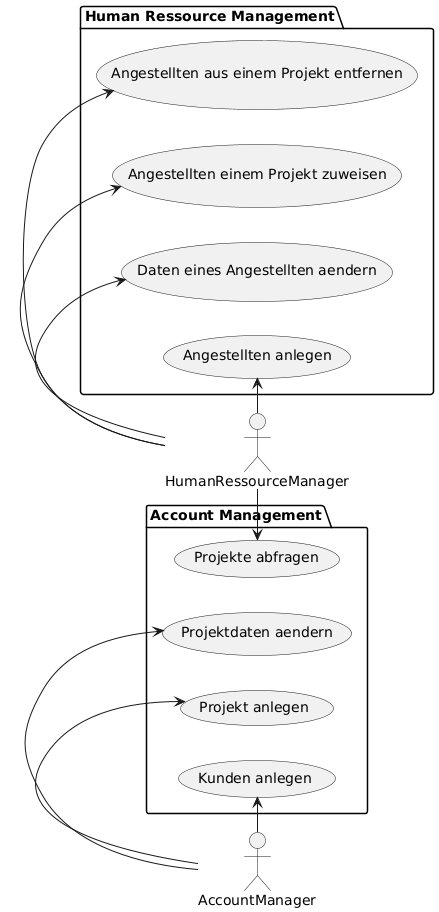
Philipp-Co/conciso-kickstarter-python keeps this PlantUML diagram as doc/img/usecase_anwendung.png. Above is the earlier version.
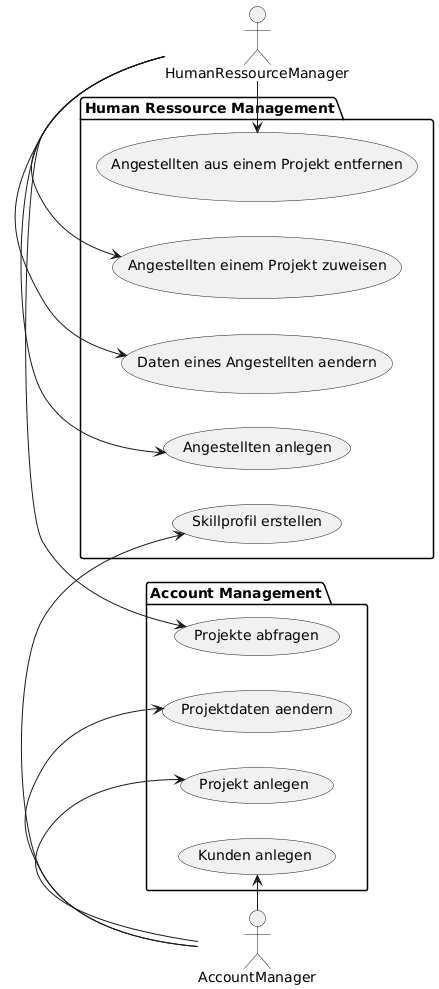
The same diagram one commit later.

Commit message:
5-auslagern-der-fachlogik: Sequenzdiagramm fuer das Anwerben.

Diff of the diagram source:
```diff
@@ -16,11 +16,13 @@
     usecase "Daten eines Angestellten aendern" as UC21
     usecase "Angestellten einem Projekt zuweisen" as UC22
     usecase "Angestellten aus einem Projekt entfernen" as UC23
+    usecase "Skillprofil erstellen" as UC24
 }
 
 AccountManager -> UC10
 AccountManager -> UC11
 AccountManager -> UC12
+AccountManager -> UC24
 
 HumanRessourceManager -> UC20
 HumanRessourceManager -> UC21
```
